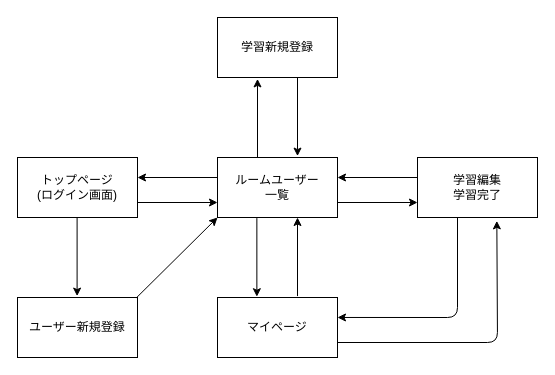
The draw.io diagram 画面遷移図.dio in Kota-A-179/study_room, before the edit. Source tidied: cells renumbered, new cells numbered last; positions are measured from the earlier drawing's top-left corner, leaving out a move shared by most shapes. Both pictures are drawn from the tidied source at 100%, with x=0, y=0 at pixel (17, 17).
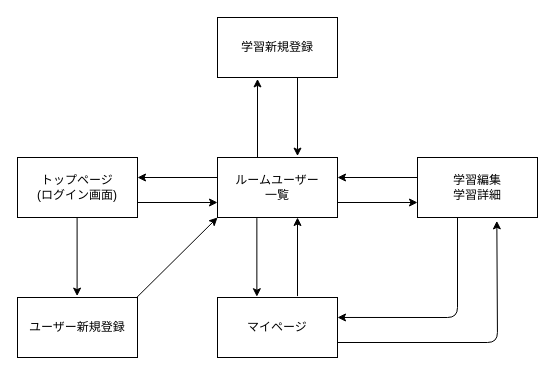
The same diagram, later.

Commit message:
画面遷移図の修正

The edit, as a diff of the source:
```diff
@@
-    <mxCell id="5" value="学習編集&lt;br&gt;学習完了" style="rounded=0;whiteSpace=wrap;html=1;" parent="1" vertex="1">
+    <mxCell id="5" value="学習編集&lt;br&gt;学習詳細" style="rounded=0;whiteSpace=wrap;html=1;" parent="1" vertex="1">
       <mxGeometry x="400" y="140" width="120" height="60" as="geometry" />
     </mxCell>
```
